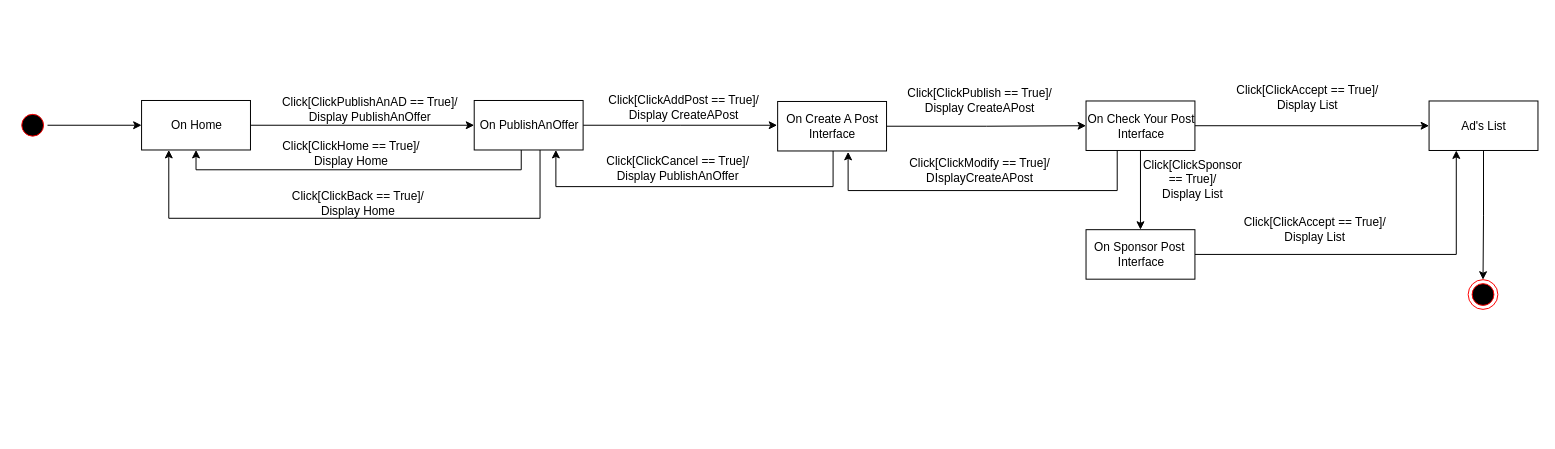
This is StateDiagrams/PublishAnOffer_StateDiagram.drawio from Torkin1/ISPW_project, a draw.io file, before an edit. Source tidied: cells renumbered, new cells numbered last; positions are measured from the earlier drawing's top-left corner, leaving out a move shared by most shapes. Both pictures are drawn from the tidied source at 99%, with x=0, y=0 at pixel (17, 87).
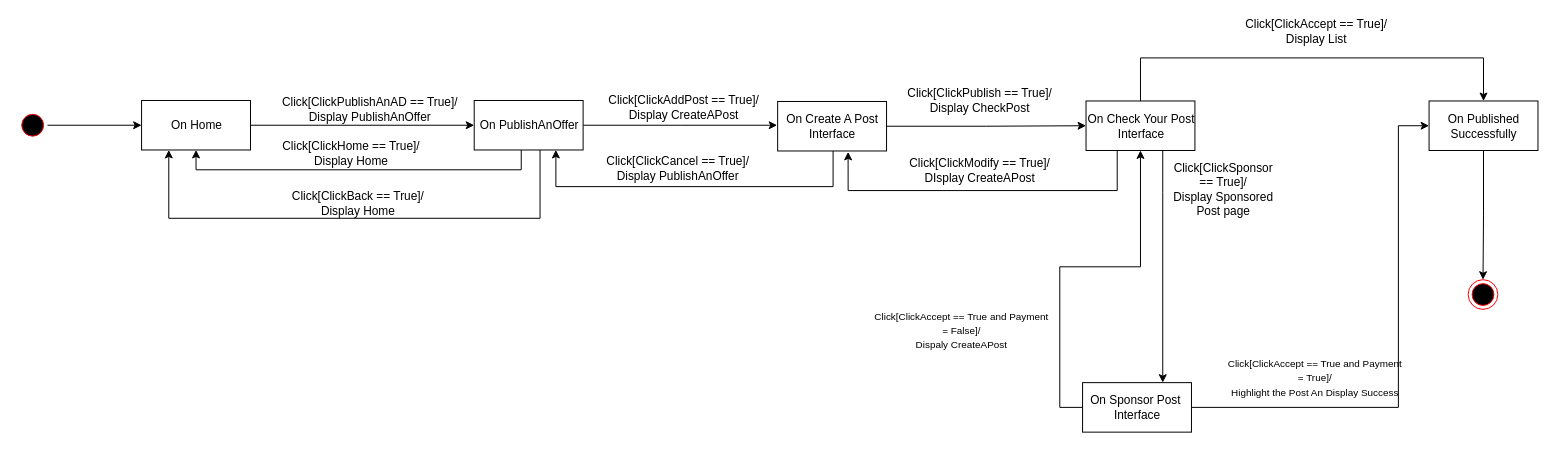
Above is the later version.

The change refers to these unchanged cells:
```xml
<mxCell id="14" value="On Check Your Post&lt;br&gt;Interface" style="html=1;" parent="1" vertex="1">
  <mxGeometry x="1079.5" y="13.5" width="110" height="50" as="geometry" />
</mxCell>
```

What changed in the source:
```diff
@@
     <mxCell id="11" style="edgeStyle=orthogonalEdgeStyle;rounded=0;jettySize=auto;html=1;" parent="1" edge="1" source="14" target="18">
-      <mxGeometry relative="1" as="geometry" />
+      <mxGeometry relative="1" as="geometry">
+        <Array as="points">
+          <mxPoint x="1135" y="-30" />
+          <mxPoint x="1481" y="-30" />
+        </Array>
+      </mxGeometry>
     </mxCell>
@@
     <mxCell id="13" style="edgeStyle=orthogonalEdgeStyle;rounded=0;jettySize=auto;html=1;" parent="1" edge="1" source="14" target="16">
-      <mxGeometry relative="1" as="geometry" />
+      <mxGeometry relative="1" as="geometry">
+        <Array as="points">
+          <mxPoint x="1157" y="106" />
+          <mxPoint x="1157" y="106" />
+        </Array>
+      </mxGeometry>
     </mxCell>
@@
-    <mxCell id="15" style="edgeStyle=orthogonalEdgeStyle;rounded=0;jettySize=auto;html=1;entryX=0.25;entryY=1;entryDx=0;entryDy=0;" parent="1" edge="1" source="16" target="18">
-      <mxGeometry relative="1" as="geometry" />
+    <mxCell id="15" style="edgeStyle=orthogonalEdgeStyle;rounded=0;jettySize=auto;html=1;entryX=0;entryY=0.5;entryDx=0;entryDy=0;" parent="1" edge="1" source="16" target="18">
+      <mxGeometry relative="1" as="geometry">
+        <Array as="points">
+          <mxPoint x="1395" y="323" />
+          <mxPoint x="1395" y="39" />
+        </Array>
+      </mxGeometry>
     </mxCell>
+    <mxCell id="32" style="edgeStyle=orthogonalEdgeStyle;rounded=0;jettySize=auto;html=1;entryX=0.5;entryY=1;entryDx=0;entryDy=0;" parent="1" edge="1" source="16" target="14">
+      <mxGeometry relative="1" as="geometry">
+        <Array as="points">
+          <mxPoint x="1053" y="323" />
+          <mxPoint x="1053" y="181" />
+          <mxPoint x="1135" y="181" />
+        </Array>
+      </mxGeometry>
+    </mxCell>
     <mxCell id="16" value="On Sponsor Post&amp;nbsp;&lt;br&gt;Interface" style="html=1;" parent="1" vertex="1">
-      <mxGeometry x="1079.5" y="143.5" width="110" height="50" as="geometry" />
+      <mxGeometry x="1076" y="298" width="110" height="50" as="geometry" />
     </mxCell>
@@
-    <mxCell id="18" value="Ad's List" style="html=1;" parent="1" vertex="1">
+    <mxCell id="18" value="On Published &lt;br&gt;Successfully" style="html=1;" parent="1" vertex="1">
       <mxGeometry x="1426" y="13.5" width="110" height="50" as="geometry" />
     </mxCell>
@@
-    <mxCell id="27" value="Click[ClickPublish == True]/&lt;br&gt;Display CreateAPost" style="text;html=1;strokeColor=none;fillColor=none;align=center;verticalAlign=middle;whiteSpace=wrap;rounded=0;" parent="1" vertex="1">
+    <mxCell id="27" value="Click[ClickPublish == True]/&lt;br&gt;Display CheckPost" style="text;html=1;strokeColor=none;fillColor=none;align=center;verticalAlign=middle;whiteSpace=wrap;rounded=0;" parent="1" vertex="1">
       <mxGeometry x="854.5" y="2.5" width="235" height="20" as="geometry" />
     </mxCell>
-    <mxCell id="28" value="Click[ClickModify == True]/&lt;br&gt;DIsplayCreateAPost" style="text;html=1;strokeColor=none;fillColor=none;align=center;verticalAlign=middle;whiteSpace=wrap;rounded=0;" parent="1" vertex="1">
+    <mxCell id="28" value="Click[ClickModify == True]/&lt;br&gt;DIsplay CreateAPost" style="text;html=1;strokeColor=none;fillColor=none;align=center;verticalAlign=middle;whiteSpace=wrap;rounded=0;" parent="1" vertex="1">
       <mxGeometry x="854.5" y="74" width="235" height="20" as="geometry" />
     </mxCell>
     <mxCell id="29" value="Click[ClickAccept&amp;nbsp;== True]/&lt;br&gt;Display List" style="text;html=1;strokeColor=none;fillColor=none;align=center;verticalAlign=middle;whiteSpace=wrap;rounded=0;" parent="1" vertex="1">
-      <mxGeometry x="1185.5" width="235" height="20" as="geometry" />
+      <mxGeometry x="1195" y="-67" width="235" height="20" as="geometry" />
     </mxCell>
-    <mxCell id="30" value="Click[ClickAccept&amp;nbsp;== True]/&lt;br&gt;Display List" style="text;html=1;strokeColor=none;fillColor=none;align=center;verticalAlign=middle;whiteSpace=wrap;rounded=0;" parent="1" vertex="1">
-      <mxGeometry x="1219.5" y="133" width="182" height="20" as="geometry" />
+    <mxCell id="30" value="&lt;font style=&quot;font-size: 10px&quot;&gt;Click[ClickAccept&amp;nbsp;== True and Payment = True]/&lt;br&gt;Highlight the Post An Display Success&lt;/font&gt;" style="text;html=1;strokeColor=none;fillColor=none;align=center;verticalAlign=middle;whiteSpace=wrap;rounded=0;" parent="1" vertex="1">
+      <mxGeometry x="1219.5" y="283" width="182" height="20" as="geometry" />
     </mxCell>
-    <mxCell id="31" value="Click[ClickSponsor == True]/&lt;br&gt;Display List" style="text;html=1;strokeColor=none;fillColor=none;align=center;verticalAlign=middle;whiteSpace=wrap;rounded=0;" parent="1" vertex="1">
-      <mxGeometry x="1130.5" y="82.5" width="113" height="20" as="geometry" />
+    <mxCell id="31" value="Click[ClickSponsor == True]/&lt;br&gt;Display Sponsored Post page" style="text;html=1;strokeColor=none;fillColor=none;align=center;verticalAlign=middle;whiteSpace=wrap;rounded=0;" parent="1" vertex="1">
+      <mxGeometry x="1162" y="93" width="113" height="20" as="geometry" />
     </mxCell>
+    <mxCell id="33" value="&lt;font style=&quot;font-size: 10px&quot;&gt;Click[ClickAccept&amp;nbsp;== True and Payment = False]/&lt;br&gt;Dispaly CreateAPost&lt;/font&gt;" style="text;html=1;strokeColor=none;fillColor=none;align=center;verticalAlign=middle;whiteSpace=wrap;rounded=0;" parent="1" vertex="1">
+      <mxGeometry x="863" y="235" width="182" height="20" as="geometry" />
+    </mxCell>
```
